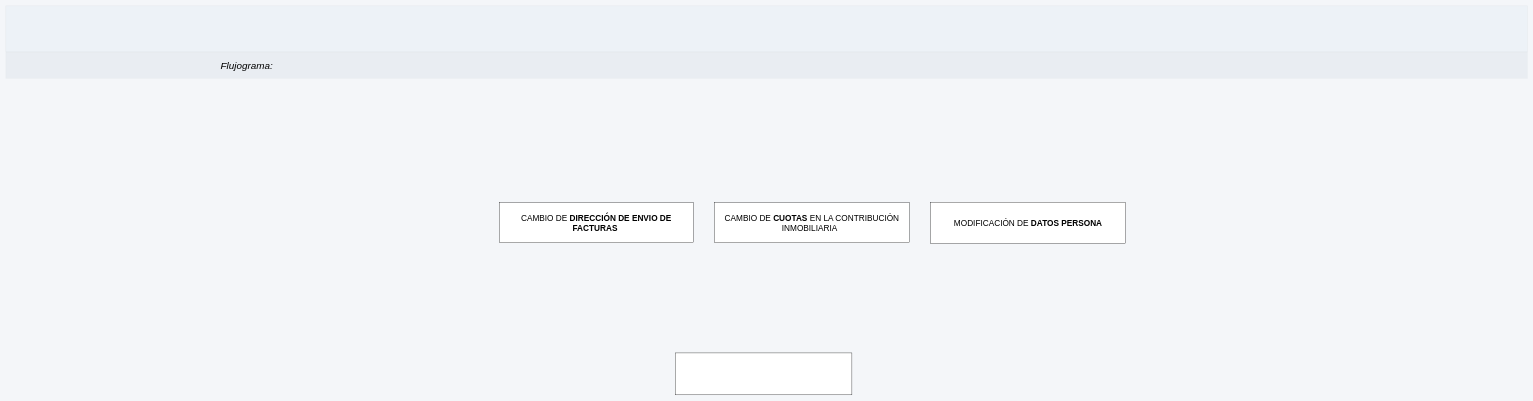
adlc20/Manual_de_procedimientos_ccz9 keeps this draw.io diagram as page "Cambio de dirección" (3 of 5) of GIC_contribucion/GIC_contribucion.drawio. Above is the earlier version. Source tidied: cells renumbered, new cells numbered last; positions are measured from the earlier drawing's top-left corner, leaving out a move shared by most shapes. Both pictures are drawn from the tidied source at 33%, with x=0, y=0 at pixel (6, 6).
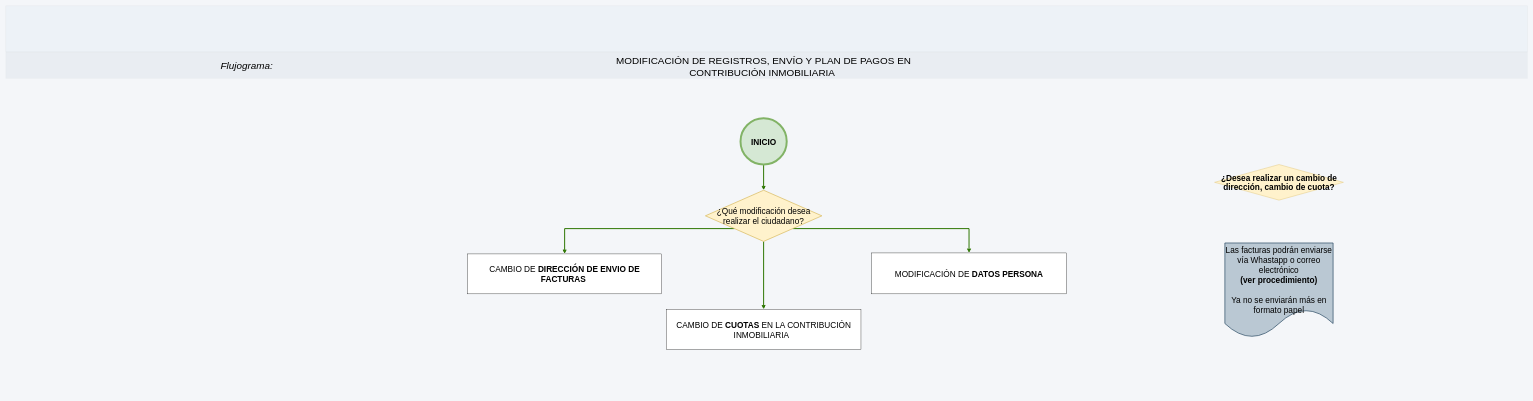
The same page after the edit.

Change to the diagram source:
```diff
@@
 <mxGraphModel background="light-dark(#F4F6F9,#121212)">
   <root>
     <mxCell id="0" />
     <mxCell id="1" parent="0" />
     <mxCell id="2" style="verticalLabelPosition=bottom;verticalAlign=middle;html=1;shape=mxgraph.basic.patternFillRect;step=5;fillStrokeWidth=0.2;fillStrokeColor=#dddddd;fillColor=#EDF2F7;strokeWidth=0;dashed=1;dashPattern=1 4;rounded=1;align=center;fontFamily=Helvetica;fontSize=12;fontColor=#2D3748;" parent="1" vertex="1">
       <mxGeometry width="4611" height="140" as="geometry" />
     </mxCell>
     <mxCell id="3" style="verticalLabelPosition=bottom;verticalAlign=top;html=1;shape=mxgraph.basic.patternFillRect;fillStyle=auto;step=5;fillStrokeWidth=0.2;fillStrokeColor=#dddddd;fillColor=#E0E5EB;strokeWidth=0;opacity=50;fontColor=#ffffff;shadow=0;comic=0;align=center;fontFamily=Helvetica;fontSize=12;gradientColor=none;" parent="1" vertex="1">
       <mxGeometry y="140" width="4611" height="80" as="geometry" />
     </mxCell>
     <mxCell id="4" value="&lt;font style=&quot;font-size: 30px;&quot;&gt;&lt;i&gt;Flujograma:&amp;nbsp;&lt;/i&gt;&lt;/font&gt;" style="text;html=1;whiteSpace=wrap;strokeColor=none;fillColor=none;align=center;verticalAlign=middle;rounded=0;" parent="1" vertex="1">
       <mxGeometry x="582" y="158" width="305" height="44" as="geometry" />
     </mxCell>
     <mxCell id="5" value="&lt;font style=&quot;font-size: 25px;&quot;&gt;CAMBIO DE &lt;b&gt;DIRECCIÓN DE ENVIO DE FACTURAS&lt;/b&gt;&amp;nbsp;&lt;/font&gt;" style="rounded=0;whiteSpace=wrap;html=1;" parent="1" vertex="1">
-      <mxGeometry x="1496" y="597" width="587" height="121" as="geometry" />
+      <mxGeometry x="1400" y="752" width="587" height="121" as="geometry" />
     </mxCell>
     <mxCell id="6" value="&lt;span style=&quot;font-size: 25px;&quot;&gt;CAMBIO DE&lt;b&gt; CUOTAS&lt;/b&gt; EN LA CONTRIBUCIÓN INMOBILIARIA&amp;nbsp;&amp;nbsp;&lt;/span&gt;" style="rounded=0;whiteSpace=wrap;html=1;" parent="1" vertex="1">
-      <mxGeometry x="2148" y="597" width="590" height="121" as="geometry" />
+      <mxGeometry x="2001.5" y="920" width="590" height="121" as="geometry" />
     </mxCell>
     <mxCell id="7" value="&lt;span style=&quot;font-size: 25px;&quot;&gt;MODIFICACIÓN DE &lt;b&gt;DATOS PERSONA&lt;/b&gt;&lt;/span&gt;" style="rounded=0;whiteSpace=wrap;html=1;" parent="1" vertex="1">
-      <mxGeometry x="2803" y="595.5" width="590" height="124" as="geometry" />
+      <mxGeometry x="2624" y="749" width="590" height="124" as="geometry" />
     </mxCell>
-    <mxCell id="8" style="rounded=0;whiteSpace=wrap;html=1;" parent="1" vertex="1">
-      <mxGeometry x="2029" y="1052" width="535" height="127" as="geometry" />
-    </mxCell>
+    <mxCell id="9" value="&lt;span style=&quot;font-size: 25px;&quot;&gt;Las facturas podrán enviarse vía Whastapp o correo electrónico&lt;/span&gt;&lt;br&gt;&lt;div&gt;&lt;font style=&quot;font-size: 25px;&quot;&gt;&lt;b&gt;(ver procedimiento)&lt;/b&gt;&lt;/font&gt;&lt;/div&gt;&lt;div&gt;&lt;font style=&quot;font-size: 25px;&quot;&gt;&lt;br&gt;&lt;/font&gt;&lt;/div&gt;&lt;div&gt;&lt;font style=&quot;font-size: 25px;&quot;&gt;Ya no se enviarán más en formato papel&lt;/font&gt;&lt;/div&gt;" style="shape=document;whiteSpace=wrap;html=1;boundedLbl=1;verticalAlign=top;fillColor=#bac8d3;strokeColor=#23445d;strokeWidth=2;" parent="1" vertex="1">
+      <mxGeometry x="3694.2" y="718.8" width="328" height="287.1" as="geometry" />
+    </mxCell>
+    <mxCell id="10" value="&lt;font&gt;&lt;b&gt;¿Desea realizar un cambio de dirección, cambio de cuota?&lt;/b&gt;&lt;/font&gt;" style="rhombus;whiteSpace=wrap;html=1;fillColor=#fff2cc;strokeColor=#d6b656;fontSize=25;" parent="1" vertex="1">
+      <mxGeometry x="3663" y="481" width="390.5" height="108" as="geometry" />
+    </mxCell>
+    <mxCell id="11" value="&lt;font style=&quot;font-size: 30px;&quot;&gt;MODIFICACIÓN DE REGISTROS, ENVÍO Y PLAN DE PAGOS EN CONTRIBUCIÓN INMOBILIARIA&amp;nbsp;&lt;/font&gt;" style="text;html=1;whiteSpace=wrap;strokeColor=none;fillColor=none;align=center;verticalAlign=middle;rounded=0;" parent="1" vertex="1">
+      <mxGeometry x="1792.9" y="146" width="1007.1" height="74" as="geometry" />
+    </mxCell>
+    <mxCell id="12" style="edgeStyle=orthogonalEdgeStyle;rounded=0;jettySize=auto;html=1;exitX=0.5;exitY=1;exitDx=0;exitDy=0;fillColor=#60a917;strokeColor=#2D7600;strokeWidth=3;" parent="1" edge="1" source="13" target="17">
+      <mxGeometry relative="1" as="geometry" />
+    </mxCell>
+    <mxCell id="13" value="&lt;font&gt;&lt;b&gt;INICIO&lt;/b&gt;&lt;/font&gt;" style="ellipse;whiteSpace=wrap;html=1;fillColor=#D5E8D4;strokeColor=#82b366;strokeWidth=6;gradientColor=none;fontSize=25;" parent="1" vertex="1">
+      <mxGeometry x="2226.5" y="341" width="140" height="140" as="geometry" />
+    </mxCell>
+    <mxCell id="14" style="edgeStyle=orthogonalEdgeStyle;rounded=0;jettySize=auto;html=1;exitX=0;exitY=1;exitDx=0;exitDy=0;entryX=0.5;entryY=0;entryDx=0;entryDy=0;fillColor=#60a917;strokeColor=#2D7600;strokeWidth=3;" parent="1" edge="1" source="17" target="5">
+      <mxGeometry relative="1" as="geometry" />
+    </mxCell>
+    <mxCell id="15" style="edgeStyle=orthogonalEdgeStyle;rounded=0;jettySize=auto;html=1;exitX=0.5;exitY=1;exitDx=0;exitDy=0;fillColor=#60a917;strokeColor=#2D7600;strokeWidth=3;" parent="1" edge="1" source="17" target="6">
+      <mxGeometry relative="1" as="geometry" />
+    </mxCell>
+    <mxCell id="16" style="edgeStyle=orthogonalEdgeStyle;rounded=0;jettySize=auto;html=1;exitX=1;exitY=1;exitDx=0;exitDy=0;fillColor=#60a917;strokeColor=#2D7600;strokeWidth=3;" parent="1" edge="1" source="17" target="7">
+      <mxGeometry relative="1" as="geometry" />
+    </mxCell>
+    <mxCell id="17" value="&lt;font style=&quot;font-size: 25px;&quot;&gt;¿Qué modificación desea realizar el ciudadano?&lt;/font&gt;" style="rhombus;whiteSpace=wrap;html=1;shapeInside=1;fillColor=#fff2cc;strokeColor=#d6b656;strokeWidth=2;" parent="1" vertex="1">
+      <mxGeometry x="2120" y="559" width="353" height="155" as="geometry" />
+    </mxCell>
   </root>
 </mxGraphModel>
```
